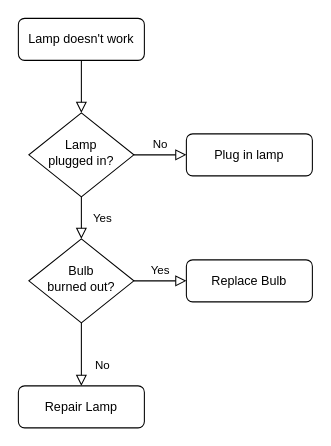
This is Untitled Diagram.drawio from anun311/office, a draw.io file, before an edit. Source tidied: cells renumbered, new cells numbered last; positions are measured from the earlier drawing's top-left corner, leaving out a move shared by most shapes. Both pictures are drawn from the tidied source at 105%, with x=0, y=0 at pixel (18, 18).
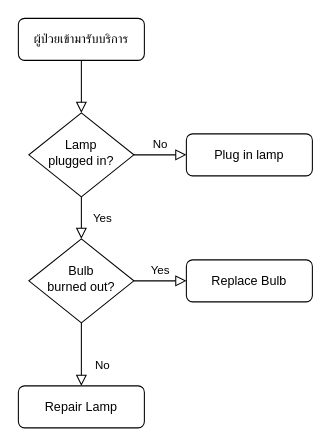
After the change.

What changed in the source:
```diff
@@
 <mxGraphModel>
   <root>
     <mxCell id="0" />
     <mxCell id="1" parent="0" />
     <mxCell id="2" style="rounded=0;html=1;jettySize=auto;fontSize=11;endArrow=block;endFill=0;endSize=8;strokeWidth=1;shadow=0;labelBackgroundColor=none;edgeStyle=orthogonalEdgeStyle;" parent="1" edge="1" source="3" target="6">
       <mxGeometry relative="1" as="geometry" />
     </mxCell>
-    <mxCell id="3" value="Lamp doesn't work" style="rounded=1;whiteSpace=wrap;html=1;fontSize=12;glass=0;strokeWidth=1;shadow=0;" parent="1" vertex="1">
+    <mxCell id="3" value="ผู้ป่วยเข้ามารับบริการ" style="rounded=1;whiteSpace=wrap;html=1;fontSize=12;glass=0;strokeWidth=1;shadow=0;" parent="1" vertex="1">
       <mxGeometry width="120" height="40" as="geometry" />
     </mxCell>
     <mxCell id="4" value="Yes" style="rounded=0;html=1;jettySize=auto;fontSize=11;endArrow=block;endFill=0;endSize=8;strokeWidth=1;shadow=0;labelBackgroundColor=none;edgeStyle=orthogonalEdgeStyle;" parent="1" edge="1" source="6" target="10">
       <mxGeometry y="20" relative="1" as="geometry" />
     </mxCell>
     <mxCell id="5" value="No" style="edgeStyle=orthogonalEdgeStyle;rounded=0;html=1;jettySize=auto;fontSize=11;endArrow=block;endFill=0;endSize=8;strokeWidth=1;shadow=0;labelBackgroundColor=none;" parent="1" edge="1" source="6" target="7">
       <mxGeometry y="10" relative="1" as="geometry" />
     </mxCell>
     <mxCell id="6" value="Lamp&lt;br&gt;plugged in?" style="rhombus;whiteSpace=wrap;html=1;shadow=0;fontFamily=Helvetica;fontSize=12;align=center;strokeWidth=1;spacing=6;spacingTop=-4;" parent="1" vertex="1">
       <mxGeometry x="10" y="90" width="100" height="80" as="geometry" />
     </mxCell>
     <mxCell id="7" value="Plug in lamp" style="rounded=1;whiteSpace=wrap;html=1;fontSize=12;glass=0;strokeWidth=1;shadow=0;" parent="1" vertex="1">
       <mxGeometry x="160" y="110" width="120" height="40" as="geometry" />
     </mxCell>
     <mxCell id="8" value="No" style="rounded=0;html=1;jettySize=auto;fontSize=11;endArrow=block;endFill=0;endSize=8;strokeWidth=1;shadow=0;labelBackgroundColor=none;edgeStyle=orthogonalEdgeStyle;" parent="1" edge="1" source="10" target="11">
       <mxGeometry x="0.33" y="20" relative="1" as="geometry" />
     </mxCell>
     <mxCell id="9" value="Yes" style="edgeStyle=orthogonalEdgeStyle;rounded=0;html=1;jettySize=auto;fontSize=11;endArrow=block;endFill=0;endSize=8;strokeWidth=1;shadow=0;labelBackgroundColor=none;" parent="1" edge="1" source="10" target="12">
       <mxGeometry y="10" relative="1" as="geometry" />
     </mxCell>
     <mxCell id="10" value="Bulb&lt;br&gt;burned out?" style="rhombus;whiteSpace=wrap;html=1;shadow=0;fontFamily=Helvetica;fontSize=12;align=center;strokeWidth=1;spacing=6;spacingTop=-4;" parent="1" vertex="1">
       <mxGeometry x="10" y="210" width="100" height="80" as="geometry" />
     </mxCell>
     <mxCell id="11" value="Repair Lamp" style="rounded=1;whiteSpace=wrap;html=1;fontSize=12;glass=0;strokeWidth=1;shadow=0;" parent="1" vertex="1">
       <mxGeometry y="350" width="120" height="40" as="geometry" />
     </mxCell>
     <mxCell id="12" value="Replace Bulb" style="rounded=1;whiteSpace=wrap;html=1;fontSize=12;glass=0;strokeWidth=1;shadow=0;" parent="1" vertex="1">
       <mxGeometry x="160" y="230" width="120" height="40" as="geometry" />
     </mxCell>
   </root>
 </mxGraphModel>
```
